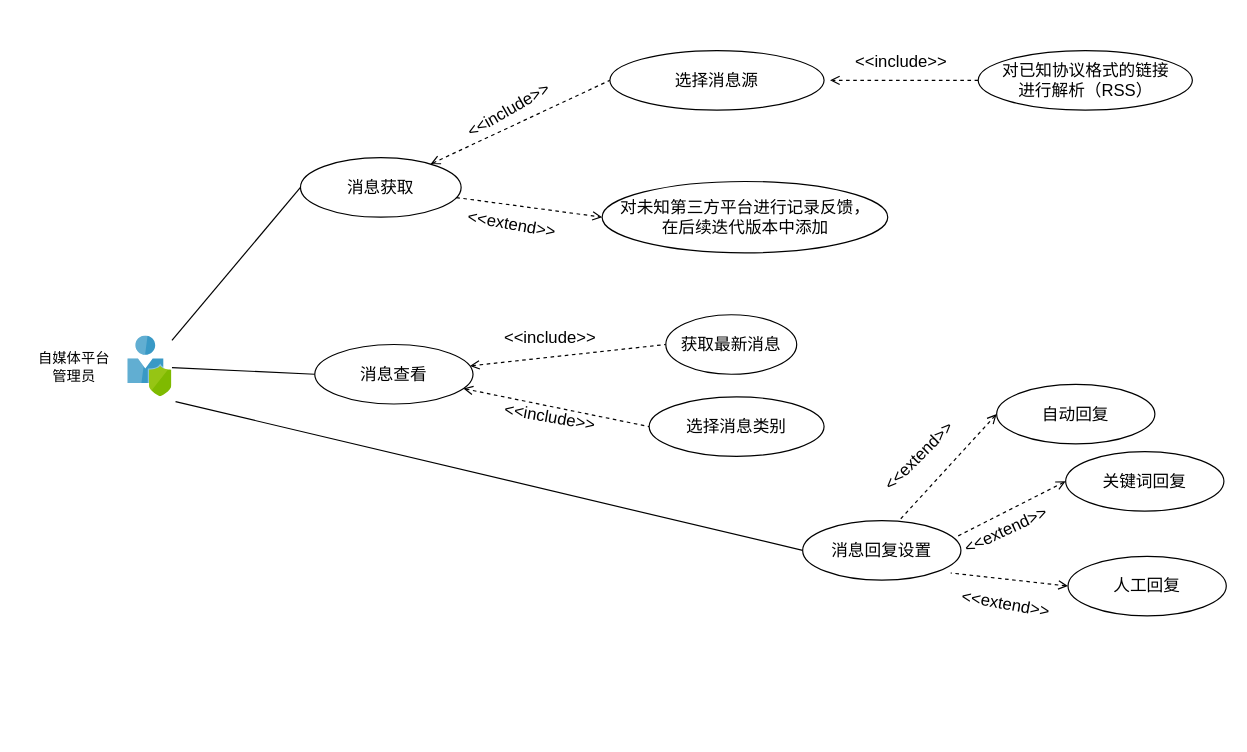
Earlier version of the draw.io diagram 1-SoftwareRequirements/Messages/msg_usercase.drawio (zan-press/diagram). Source tidied: cells renumbered, new cells numbered last; positions are measured from the earlier drawing's top-left corner, leaving out a move shared by most shapes. Both pictures are drawn from the tidied source at 119%, with x=0, y=0 at pixel (20, 49).
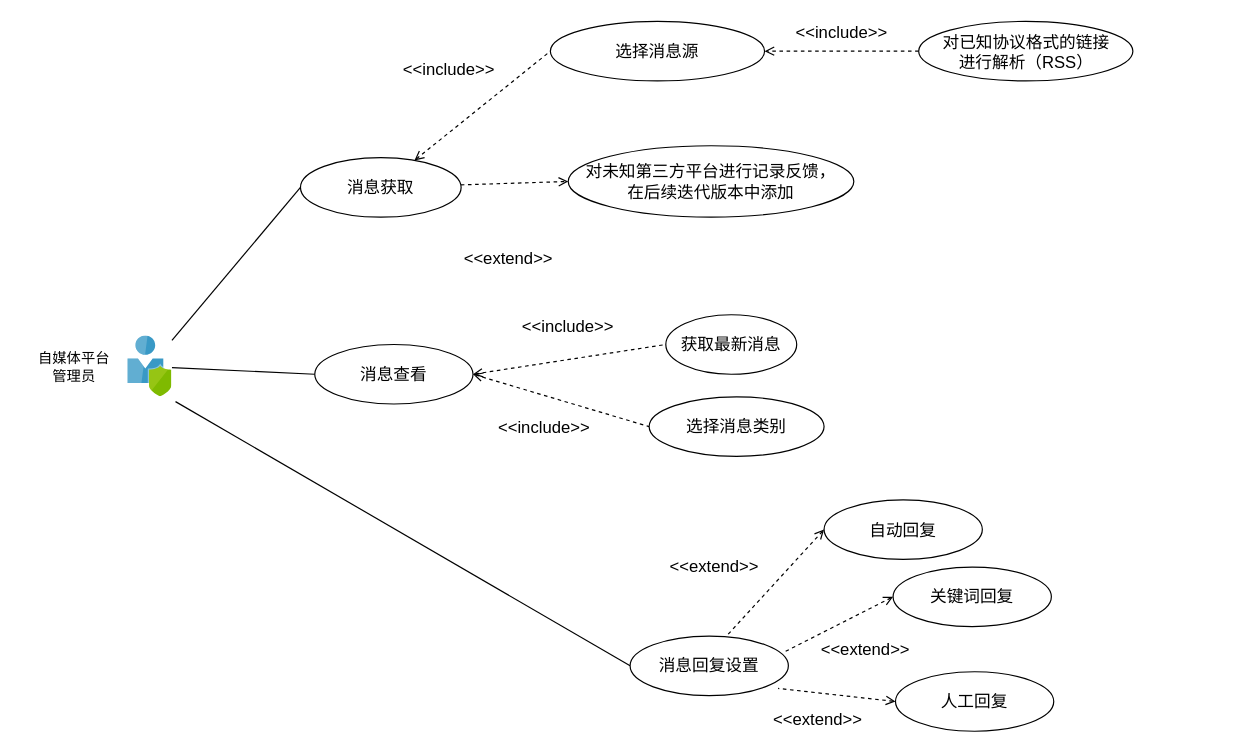
Above is the later version.

Unchanged cells that the change refers to:
```xml
<mxCell id="10" value="获取最新消息" style="ellipse;whiteSpace=wrap;html=1;fontFamily=SF Mono;fontSize=14;" parent="1" vertex="1">
  <mxGeometry x="542" y="223" width="110" height="50" as="geometry" />
</mxCell>
<mxCell id="11" value="选择消息类别" style="ellipse;whiteSpace=wrap;html=1;fontFamily=SF Mono;fontSize=14;" parent="1" vertex="1">
  <mxGeometry x="528" y="292" width="147" height="50" as="geometry" />
</mxCell>
<mxCell id="13" value="消息查看" style="ellipse;whiteSpace=wrap;html=1;fontFamily=SF Mono;fontSize=14;" parent="1" vertex="1">
  <mxGeometry x="247" y="248" width="133" height="50" as="geometry" />
</mxCell>
```

Change to the diagram source:
```diff
@@
-    <mxCell id="4" style="html=1;points=[];align=center;image;fontSize=12;image=img/lib/mscae/User_Privacy.svg;" parent="1" vertex="1">
+    <mxCell id="4" style="html=1;points=[];align=center;image;fontSize=12;image=img/lib/mscae/User_Privacy.svg;fontFamily=SF Mono;" parent="1" vertex="1">
       <mxGeometry x="90" y="241" width="37" height="51" as="geometry" />
     </mxCell>
@@
-    <mxCell id="6" style="edgeStyle=none;rounded=0;jettySize=auto;html=1;entryX=0;entryY=0.5;entryDx=0;entryDy=0;dashed=1;startArrow=open;startFill=0;endArrow=none;endFill=0;fontFamily=SF Mono;fontSize=14;" parent="1" edge="1" source="13" target="10">
+    <mxCell id="6" style="edgeStyle=none;rounded=0;jettySize=auto;html=1;entryX=0;entryY=0.5;entryDx=0;entryDy=0;dashed=1;startArrow=open;startFill=0;endArrow=none;endFill=0;fontFamily=SF Mono;fontSize=14;exitX=1;exitY=0.5;exitDx=0;exitDy=0;" parent="1" edge="1" source="13" target="10">
       <mxGeometry relative="1" as="geometry" />
     </mxCell>
-    <mxCell id="7" style="edgeStyle=none;rounded=0;jettySize=auto;html=1;entryX=0;entryY=0.5;entryDx=0;entryDy=0;dashed=1;startArrow=open;startFill=0;endArrow=none;endFill=0;fontFamily=SF Mono;fontSize=14;" parent="1" edge="1" source="13" target="11">
+    <mxCell id="7" style="edgeStyle=none;rounded=0;jettySize=auto;html=1;entryX=0;entryY=0.5;entryDx=0;entryDy=0;dashed=1;startArrow=open;startFill=0;endArrow=none;endFill=0;fontFamily=SF Mono;fontSize=14;exitX=1;exitY=0.5;exitDx=0;exitDy=0;" parent="1" edge="1" source="13" target="11">
       <mxGeometry relative="1" as="geometry" />
     </mxCell>
@@
-    <mxCell id="9" value="&amp;lt;&amp;lt;extend&amp;gt;&amp;gt;" style="text;html=1;strokeColor=none;fillColor=none;align=center;verticalAlign=middle;whiteSpace=wrap;rounded=0;fontFamily=SF Mono;fontSize=14;rotation=10;" parent="1" vertex="1">
-      <mxGeometry x="363" y="136.5" width="100" height="20" as="geometry" />
+    <mxCell id="9" value="&amp;lt;&amp;lt;extend&amp;gt;&amp;gt;" style="text;html=1;strokeColor=none;fillColor=none;align=center;verticalAlign=middle;whiteSpace=wrap;rounded=0;fontFamily=SF Mono;fontSize=14;rotation=0;" parent="1" vertex="1">
+      <mxGeometry x="360" y="166" width="100" height="20" as="geometry" />
     </mxCell>
@@
     <mxCell id="12" value="&amp;lt;&amp;lt;include&amp;gt;&amp;gt;" style="text;html=1;strokeColor=none;fillColor=none;align=center;verticalAlign=middle;whiteSpace=wrap;rounded=0;fontFamily=SF Mono;fontSize=14;rotation=0;" parent="1" vertex="1">
-      <mxGeometry x="395" y="231.5" width="100" height="20" as="geometry" />
+      <mxGeometry x="410" y="223" width="100" height="20" as="geometry" />
     </mxCell>
@@
     <mxCell id="14" value="选择消息源" style="ellipse;whiteSpace=wrap;html=1;fontFamily=SF Mono;fontSize=14;" parent="1" vertex="1">
-      <mxGeometry x="495" y="1" width="180" height="50" as="geometry" />
+      <mxGeometry x="445" y="-23.5" width="180" height="50" as="geometry" />
     </mxCell>
@@
-    <mxCell id="16" style="edgeStyle=none;rounded=0;jettySize=auto;html=1;exitX=0;exitY=0.5;exitDx=0;exitDy=0;dashed=1;startArrow=none;startFill=0;endArrow=open;endFill=0;" parent="1" edge="1" source="17">
-      <mxGeometry relative="1" as="geometry">
-        <mxPoint x="680" y="26" as="targetPoint" />
-      </mxGeometry>
+    <mxCell id="16" style="edgeStyle=none;rounded=0;jettySize=auto;html=1;exitX=0;exitY=0.5;exitDx=0;exitDy=0;dashed=1;startArrow=none;startFill=0;endArrow=open;endFill=0;fontFamily=SF Mono;" parent="1" edge="1" source="17" target="14">
+      <mxGeometry relative="1" as="geometry" />
     </mxCell>
     <mxCell id="17" value="对已知协议格式的链接&lt;br&gt;进行解析（RSS）" style="ellipse;whiteSpace=wrap;html=1;fontFamily=SF Mono;fontSize=14;" parent="1" vertex="1">
-      <mxGeometry x="804.5" y="1" width="180" height="50" as="geometry" />
+      <mxGeometry x="754.5" y="-23.5" width="180" height="50" as="geometry" />
     </mxCell>
     <mxCell id="18" value="对未知第三方平台进行记录反馈，&lt;br&gt;在后续迭代版本中添加" style="ellipse;whiteSpace=wrap;html=1;fontFamily=SF Mono;fontSize=14;" parent="1" vertex="1">
-      <mxGeometry x="488.5" y="111" width="240" height="60" as="geometry" />
+      <mxGeometry x="460" y="81" width="240" height="60" as="geometry" />
     </mxCell>
@@
-    <mxCell id="20" value="&amp;lt;&amp;lt;include&amp;gt;&amp;gt;" style="text;html=1;strokeColor=none;fillColor=none;align=center;verticalAlign=middle;whiteSpace=wrap;rounded=0;fontFamily=SF Mono;fontSize=14;rotation=-30;" parent="1" vertex="1">
-      <mxGeometry x="360" y="41" width="100" height="20" as="geometry" />
+    <mxCell id="20" value="&amp;lt;&amp;lt;include&amp;gt;&amp;gt;" style="text;html=1;strokeColor=none;fillColor=none;align=center;verticalAlign=middle;whiteSpace=wrap;rounded=0;fontFamily=SF Mono;fontSize=14;rotation=0;" parent="1" vertex="1">
+      <mxGeometry x="310" y="6.5" width="100" height="20" as="geometry" />
     </mxCell>
     <mxCell id="21" value="&amp;lt;&amp;lt;include&amp;gt;&amp;gt;" style="text;html=1;strokeColor=none;fillColor=none;align=center;verticalAlign=middle;whiteSpace=wrap;rounded=0;fontFamily=SF Mono;fontSize=14;rotation=0;" parent="1" vertex="1">
-      <mxGeometry x="689.8" width="100" height="20" as="geometry" />
+      <mxGeometry x="639.8" y="-24.5" width="100" height="20" as="geometry" />
     </mxCell>
-    <mxCell id="22" value="&amp;lt;&amp;lt;include&amp;gt;&amp;gt;" style="text;html=1;strokeColor=none;fillColor=none;align=center;verticalAlign=middle;whiteSpace=wrap;rounded=0;fontFamily=SF Mono;fontSize=14;rotation=10;" parent="1" vertex="1">
-      <mxGeometry x="395" y="299" width="100" height="20" as="geometry" />
+    <mxCell id="22" value="&amp;lt;&amp;lt;include&amp;gt;&amp;gt;" style="text;html=1;strokeColor=none;fillColor=none;align=center;verticalAlign=middle;whiteSpace=wrap;rounded=0;fontFamily=SF Mono;fontSize=14;rotation=0;" parent="1" vertex="1">
+      <mxGeometry x="390" y="308" width="100" height="20" as="geometry" />
     </mxCell>
-    <mxCell id="23" style="edgeStyle=none;rounded=0;jettySize=auto;html=1;exitX=0;exitY=0.5;exitDx=0;exitDy=0;endArrow=none;endFill=0;startArrow=none;startFill=0;" parent="1" edge="1" source="24">
+    <mxCell id="23" style="edgeStyle=none;rounded=0;jettySize=auto;html=1;exitX=0;exitY=0.5;exitDx=0;exitDy=0;endArrow=none;endFill=0;startArrow=none;startFill=0;fontFamily=SF Mono;" parent="1" edge="1" source="24">
       <mxGeometry relative="1" as="geometry">
         <mxPoint x="130" y="296" as="targetPoint" />
       </mxGeometry>
     </mxCell>
     <mxCell id="24" value="消息回复设置" style="ellipse;whiteSpace=wrap;html=1;fontFamily=SF Mono;fontSize=14;" parent="1" vertex="1">
-      <mxGeometry x="657" y="396" width="133" height="50" as="geometry" />
+      <mxGeometry x="512" y="493" width="133" height="50" as="geometry" />
     </mxCell>
-    <mxCell id="25" style="edgeStyle=none;rounded=0;jettySize=auto;html=1;exitX=0;exitY=0.5;exitDx=0;exitDy=0;dashed=1;startArrow=open;startFill=0;endArrow=none;endFill=0;" parent="1" edge="1" source="26">
+    <mxCell id="25" style="edgeStyle=none;rounded=0;jettySize=auto;html=1;exitX=0;exitY=0.5;exitDx=0;exitDy=0;dashed=1;startArrow=open;startFill=0;endArrow=none;endFill=0;fontFamily=SF Mono;" parent="1" edge="1" source="26">
       <mxGeometry relative="1" as="geometry">
-        <mxPoint x="738" y="396" as="targetPoint" />
+        <mxPoint x="593" y="493" as="targetPoint" />
       </mxGeometry>
     </mxCell>
     <mxCell id="26" value="自动回复" style="ellipse;whiteSpace=wrap;html=1;fontFamily=SF Mono;fontSize=14;" parent="1" vertex="1">
-      <mxGeometry x="820" y="281.5" width="133" height="50" as="geometry" />
+      <mxGeometry x="675" y="378.5" width="133" height="50" as="geometry" />
     </mxCell>
-    <mxCell id="27" style="edgeStyle=none;rounded=0;jettySize=auto;html=1;exitX=0;exitY=0.5;exitDx=0;exitDy=0;entryX=0.965;entryY=0.28;entryDx=0;entryDy=0;entryPerimeter=0;dashed=1;startArrow=open;startFill=0;endArrow=none;endFill=0;" parent="1" edge="1" source="28" target="24">
+    <mxCell id="27" style="edgeStyle=none;rounded=0;jettySize=auto;html=1;exitX=0;exitY=0.5;exitDx=0;exitDy=0;entryX=0.965;entryY=0.28;entryDx=0;entryDy=0;entryPerimeter=0;dashed=1;startArrow=open;startFill=0;endArrow=none;endFill=0;fontFamily=SF Mono;" parent="1" edge="1" source="28" target="24">
       <mxGeometry relative="1" as="geometry" />
     </mxCell>
     <mxCell id="28" value="关键词回复" style="ellipse;whiteSpace=wrap;html=1;fontFamily=SF Mono;fontSize=14;" parent="1" vertex="1">
-      <mxGeometry x="878" y="338" width="133" height="50" as="geometry" />
+      <mxGeometry x="733" y="435" width="133" height="50" as="geometry" />
     </mxCell>
-    <mxCell id="29" style="edgeStyle=none;rounded=0;jettySize=auto;html=1;exitX=0;exitY=0.5;exitDx=0;exitDy=0;entryX=0.935;entryY=0.88;entryDx=0;entryDy=0;entryPerimeter=0;dashed=1;startArrow=open;startFill=0;endArrow=none;endFill=0;" parent="1" edge="1" source="30" target="24">
+    <mxCell id="29" style="edgeStyle=none;rounded=0;jettySize=auto;html=1;exitX=0;exitY=0.5;exitDx=0;exitDy=0;entryX=0.935;entryY=0.88;entryDx=0;entryDy=0;entryPerimeter=0;dashed=1;startArrow=open;startFill=0;endArrow=none;endFill=0;fontFamily=SF Mono;" parent="1" edge="1" source="30" target="24">
       <mxGeometry relative="1" as="geometry" />
     </mxCell>
     <mxCell id="30" value="人工回复" style="ellipse;whiteSpace=wrap;html=1;fontFamily=SF Mono;fontSize=14;" parent="1" vertex="1">
-      <mxGeometry x="880" y="426" width="133" height="50" as="geometry" />
+      <mxGeometry x="735" y="523" width="133" height="50" as="geometry" />
     </mxCell>
-    <mxCell id="31" value="&amp;lt;&amp;lt;extend&amp;gt;&amp;gt;" style="text;html=1;strokeColor=none;fillColor=none;align=center;verticalAlign=middle;whiteSpace=wrap;rounded=0;fontFamily=SF Mono;fontSize=14;rotation=-45;" parent="1" vertex="1">
-      <mxGeometry x="704.5" y="332" width="100" height="20" as="geometry" />
+    <mxCell id="31" value="&amp;lt;&amp;lt;extend&amp;gt;&amp;gt;" style="text;html=1;strokeColor=none;fillColor=none;align=center;verticalAlign=middle;whiteSpace=wrap;rounded=0;fontFamily=SF Mono;fontSize=14;rotation=0;" parent="1" vertex="1">
+      <mxGeometry x="533" y="425" width="100" height="20" as="geometry" />
     </mxCell>
-    <mxCell id="32" value="&amp;lt;&amp;lt;extend&amp;gt;&amp;gt;" style="text;html=1;strokeColor=none;fillColor=none;align=center;verticalAlign=middle;whiteSpace=wrap;rounded=0;fontFamily=SF Mono;fontSize=14;rotation=10;" parent="1" vertex="1">
-      <mxGeometry x="778" y="456" width="100" height="20" as="geometry" />
+    <mxCell id="32" value="&amp;lt;&amp;lt;extend&amp;gt;&amp;gt;" style="text;html=1;strokeColor=none;fillColor=none;align=center;verticalAlign=middle;whiteSpace=wrap;rounded=0;fontFamily=SF Mono;fontSize=14;rotation=0;" parent="1" vertex="1">
+      <mxGeometry x="620" y="553" width="100" height="20" as="geometry" />
     </mxCell>
-    <mxCell id="33" value="&amp;lt;&amp;lt;extend&amp;gt;&amp;gt;" style="text;html=1;strokeColor=none;fillColor=none;align=center;verticalAlign=middle;whiteSpace=wrap;rounded=0;fontFamily=SF Mono;fontSize=14;rotation=-25;" parent="1" vertex="1">
-      <mxGeometry x="778" y="394" width="100" height="20" as="geometry" />
+    <mxCell id="33" value="&amp;lt;&amp;lt;extend&amp;gt;&amp;gt;" style="text;html=1;strokeColor=none;fillColor=none;align=center;verticalAlign=middle;whiteSpace=wrap;rounded=0;fontFamily=SF Mono;fontSize=14;rotation=0;" parent="1" vertex="1">
+      <mxGeometry x="660" y="494" width="100" height="20" as="geometry" />
     </mxCell>
```
